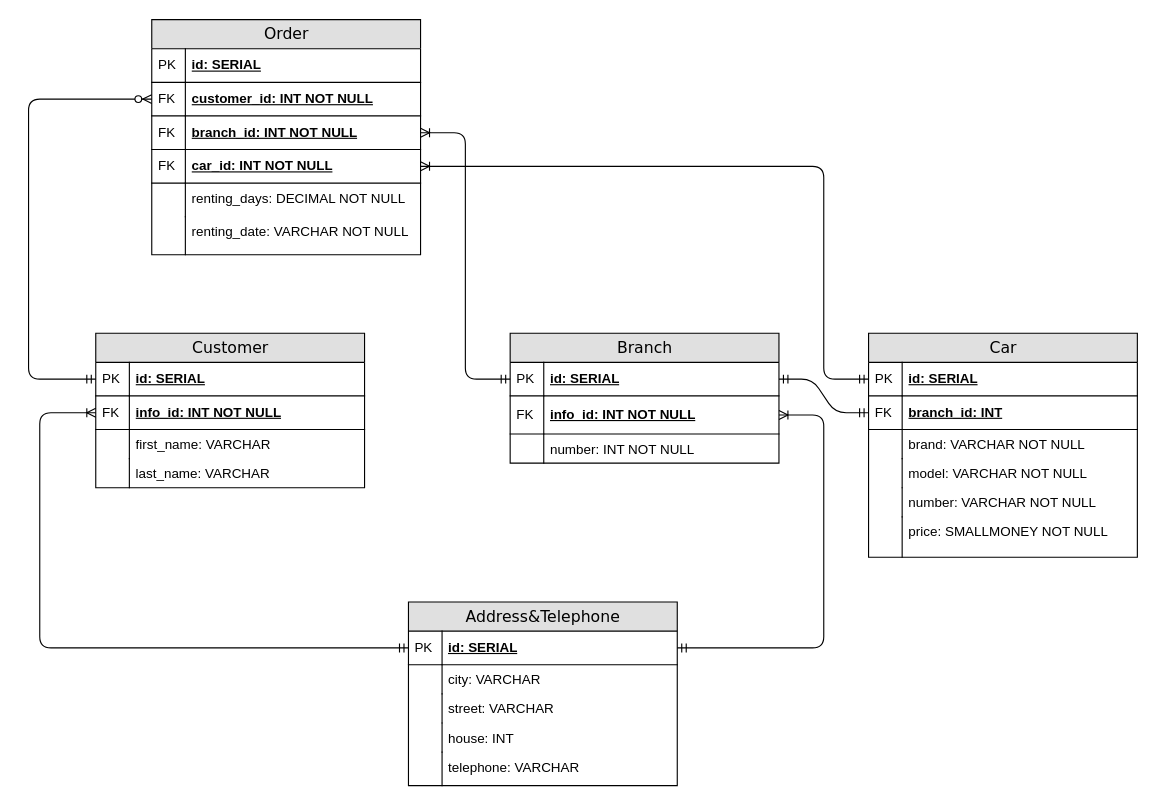
banchinche/python-education keeps this draw.io diagram as databases/car-branches/diagrams/3NF.drawio. Above is the earlier version. Source tidied: cells renumbered, new cells numbered last; positions are measured from the earlier drawing's top-left corner, leaving out a move shared by most shapes. Both pictures are drawn from the tidied source at 112%, with x=0, y=0 at pixel (28, 19).
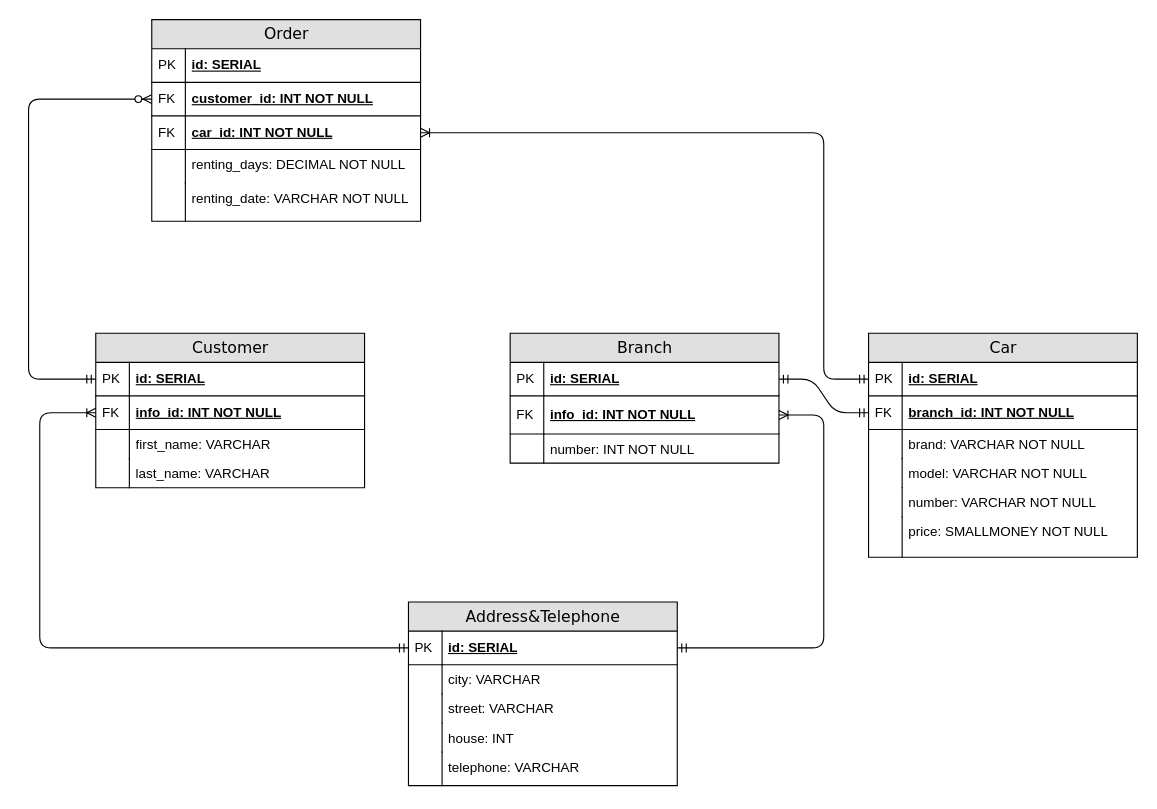
After the change.

Commit message:
Deleted branch reference in order entity and added constaint NOT NULL in car entity

Unchanged cells that the change refers to:
```xml
<mxCell id="3" value="id: SERIAL" style="shape=partialRectangle;top=0;left=0;right=0;bottom=1;html=1;align=left;verticalAlign=middle;fillColor=none;spacingLeft=34;spacingRight=4;whiteSpace=wrap;overflow=hidden;points=[[0,0.5],[1,0.5]];portConstraint=eastwest;fontStyle=5;" parent="2" vertex="1">
  <mxGeometry y="26" width="240" height="30" as="geometry" />
</mxCell>
<mxCell id="9" value="Car" style="swimlane;html=1;fontStyle=0;horizontal=1;startSize=26;fillColor=#e0e0e0;swimlaneFillColor=#ffffff;align=center;rounded=0;shadow=0;comic=0;labelBackgroundColor=none;strokeWidth=1;fontFamily=Verdana;fontSize=14;swimlaneLine=1;" parent="1" vertex="1">
  <mxGeometry x="750" y="280" width="240" height="200" as="geometry" />
</mxCell>
<mxCell id="10" value="id: SERIAL" style="shape=partialRectangle;top=0;left=0;right=0;bottom=1;html=1;align=left;verticalAlign=middle;fillColor=none;spacingLeft=34;spacingRight=4;whiteSpace=wrap;overflow=hidden;points=[[0,0.5],[1,0.5]];portConstraint=eastwest;fontStyle=5;" parent="9" vertex="1">
  <mxGeometry y="26" width="240" height="30" as="geometry" />
</mxCell>
```

What changed in the source:
```diff
@@
-    <mxCell id="12" value="branch_id: INT" style="shape=partialRectangle;top=0;left=0;right=0;bottom=1;html=1;align=left;verticalAlign=middle;fillColor=none;spacingLeft=34;spacingRight=4;whiteSpace=wrap;overflow=hidden;points=[[0,0.5],[1,0.5]];portConstraint=eastwest;fontStyle=5;" parent="9" vertex="1">
+    <mxCell id="12" value="branch_id: INT NOT NULL" style="shape=partialRectangle;top=0;left=0;right=0;bottom=1;html=1;align=left;verticalAlign=middle;fillColor=none;spacingLeft=34;spacingRight=4;whiteSpace=wrap;overflow=hidden;points=[[0,0.5],[1,0.5]];portConstraint=eastwest;fontStyle=5;" parent="9" vertex="1">
       <mxGeometry y="56" width="240" height="30" as="geometry" />
     </mxCell>
@@
     <mxCell id="31" value="Order" style="swimlane;html=1;fontStyle=0;horizontal=1;startSize=26;fillColor=#e0e0e0;swimlaneFillColor=#ffffff;align=center;rounded=0;shadow=0;comic=0;labelBackgroundColor=none;strokeWidth=1;fontFamily=Verdana;fontSize=14;swimlaneLine=1;" parent="1" vertex="1">
-      <mxGeometry x="110" width="240" height="210" as="geometry" />
+      <mxGeometry x="110" width="240" height="180" as="geometry" />
     </mxCell>
@@
-    <mxCell id="36" value="branch_id: INT NOT NULL" style="shape=partialRectangle;top=0;left=0;right=0;bottom=1;html=1;align=left;verticalAlign=middle;fillColor=none;spacingLeft=34;spacingRight=4;whiteSpace=wrap;overflow=hidden;points=[[0,0.5],[1,0.5]];portConstraint=eastwest;fontStyle=5;" parent="31" vertex="1">
-      <mxGeometry y="86" width="240" height="30" as="geometry" />
-    </mxCell>
-    <mxCell id="37" value="FK" style="shape=partialRectangle;top=0;left=0;bottom=0;html=1;fillColor=none;align=left;verticalAlign=middle;spacingLeft=4;spacingRight=4;whiteSpace=wrap;overflow=hidden;" parent="36" vertex="1">
-      <mxGeometry width="30" height="30" as="geometry" />
-    </mxCell>
     <mxCell id="38" value="car_id: INT NOT NULL" style="shape=partialRectangle;top=0;left=0;right=0;bottom=1;html=1;align=left;verticalAlign=middle;fillColor=none;spacingLeft=34;spacingRight=4;whiteSpace=wrap;overflow=hidden;points=[[0,0.5],[1,0.5]];portConstraint=eastwest;fontStyle=5;" parent="31" vertex="1">
-      <mxGeometry y="116" width="240" height="30" as="geometry" />
+      <mxGeometry y="86" width="240" height="30" as="geometry" />
     </mxCell>
@@
     <mxCell id="40" value="renting_days: DECIMAL NOT NULL" style="shape=partialRectangle;top=0;left=0;right=0;bottom=0;html=1;align=left;verticalAlign=top;fillColor=none;spacingLeft=34;spacingRight=4;whiteSpace=wrap;overflow=hidden;" parent="31" vertex="1">
-      <mxGeometry y="146" width="240" height="30" as="geometry" />
+      <mxGeometry y="116" width="240" height="30" as="geometry" />
     </mxCell>
@@
     <mxCell id="42" value="renting_date: VARCHAR NOT NULL" style="shape=partialRectangle;top=0;left=0;right=0;bottom=0;html=1;align=left;verticalAlign=top;fillColor=none;spacingLeft=34;spacingRight=4;whiteSpace=wrap;overflow=hidden;" parent="31" vertex="1">
-      <mxGeometry y="176" width="240" height="34" as="geometry" />
+      <mxGeometry y="146" width="240" height="34" as="geometry" />
     </mxCell>
@@
     <mxCell id="58" style="edgeStyle=orthogonalEdgeStyle;fontSize=12;html=1;endArrow=ERoneToMany;startArrow=ERmandOne;strokeColor=#000000;anchorPointDirection=0;comic=0;shadow=0;elbow=vertical;entryX=1;entryY=0.5;entryDx=0;entryDy=0;exitX=0;exitY=0.5;exitDx=0;exitDy=0;" parent="1" edge="1" source="10" target="38">
       <mxGeometry relative="1" as="geometry">
         <Array as="points">
           <mxPoint x="710" y="321" />
-          <mxPoint x="710" y="131" />
+          <mxPoint x="710" y="101" />
         </Array>
       </mxGeometry>
     </mxCell>
-    <mxCell id="59" style="edgeStyle=orthogonalEdgeStyle;fontSize=12;html=1;endArrow=ERoneToMany;startArrow=ERmandOne;strokeColor=#000000;anchorPointDirection=0;comic=0;shadow=0;elbow=vertical;entryX=1;entryY=0.5;entryDx=0;entryDy=0;exitX=0;exitY=0.5;exitDx=0;exitDy=0;" parent="1" edge="1" source="3" target="36">
-      <mxGeometry relative="1" as="geometry">
-        <Array as="points">
-          <mxPoint x="390" y="321" />
-          <mxPoint x="390" y="101" />
-        </Array>
-      </mxGeometry>
-    </mxCell>
```
